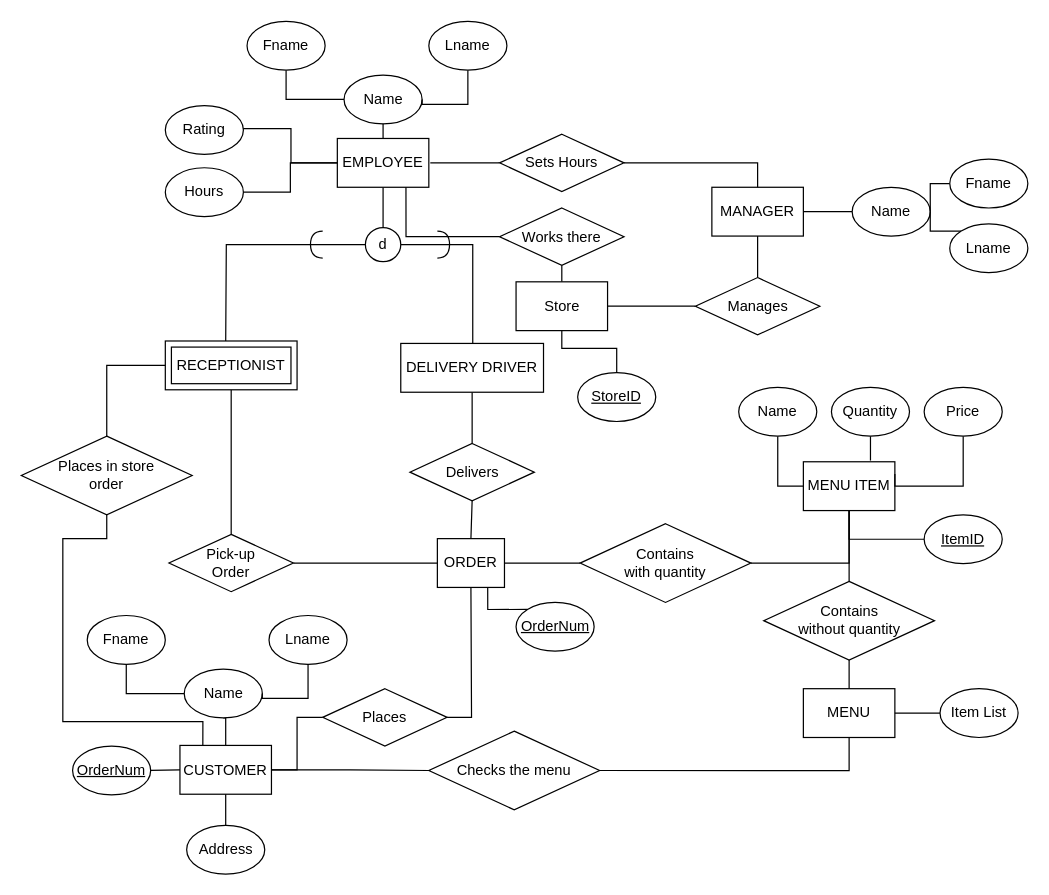
The draw.io diagram Enhanced Entity Relationship Diagram.drawio in hqiao8/Restaurant-Management-System, before the edit. Source tidied: cells renumbered, new cells numbered last; positions are measured from the earlier drawing's top-left corner, leaving out a move shared by most shapes. Both pictures are drawn from the tidied source at 122%, with x=0, y=0 at pixel (21, 21).
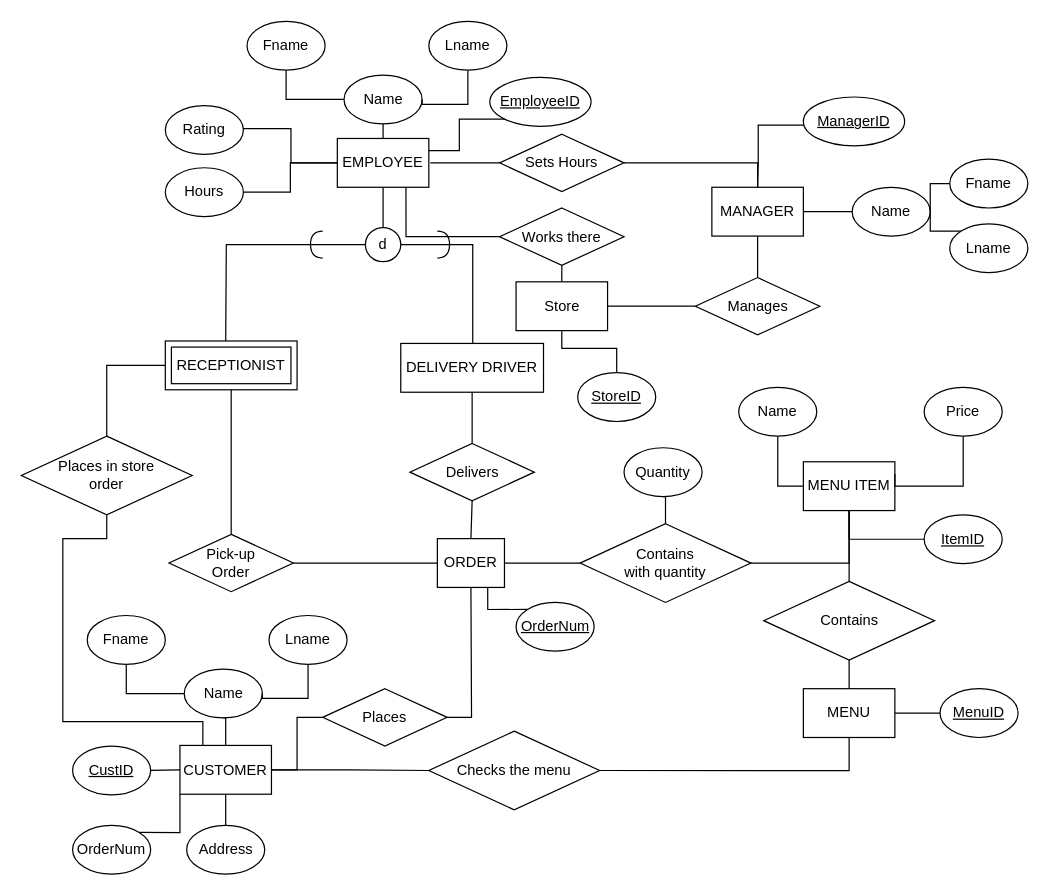
After the change.

Commit message:
Added ID fields to all entities

Unchanged cells that the change refers to:
```xml
<mxCell id="9" value="CUSTOMER" style="whiteSpace=wrap;html=1;align=center;fillColor=default;" parent="1" vertex="1">
  <mxGeometry x="130" y="593.5" width="75" height="40" as="geometry" />
</mxCell>
<mxCell id="11" value="MANAGER" style="whiteSpace=wrap;html=1;align=center;fillColor=default;" parent="1" vertex="1">
  <mxGeometry x="566" y="136" width="75" height="40" as="geometry" />
</mxCell>
<mxCell id="13" value="EMPLOYEE" style="whiteSpace=wrap;html=1;align=center;fillColor=default;" parent="1" vertex="1">
  <mxGeometry x="259" y="96" width="75" height="40" as="geometry" />
</mxCell>
<mxCell id="63" value="Contains&lt;br&gt;with quantity" style="shape=rhombus;perimeter=rhombusPerimeter;whiteSpace=wrap;html=1;align=center;fillColor=default;gradientColor=none;" parent="1" vertex="1">
  <mxGeometry x="458" y="411.8" width="140" height="64.5" as="geometry" />
</mxCell>
```

What changed in the source:
```diff
@@
-    <mxCell id="24" style="edgeStyle=orthogonalEdgeStyle;rounded=0;jettySize=auto;html=1;endArrow=none;endFill=0;" parent="1" edge="1" source="25">
-      <mxGeometry relative="1" as="geometry">
-        <mxPoint x="696" y="360" as="targetPoint" />
-      </mxGeometry>
-    </mxCell>
+    <mxCell id="87" style="edgeStyle=orthogonalEdgeStyle;rounded=0;jettySize=auto;html=1;exitX=0.5;exitY=1;exitDx=0;exitDy=0;entryX=0.5;entryY=0;entryDx=0;entryDy=0;endArrow=none;endFill=0;" parent="1" edge="1" source="25" target="63">
+      <mxGeometry relative="1" as="geometry" />
+    </mxCell>
     <mxCell id="25" value="Quantity" style="ellipse;whiteSpace=wrap;html=1;align=center;fillColor=default;gradientColor=none;" parent="1" vertex="1">
-      <mxGeometry x="664" y="300" width="64" height="40" as="geometry" />
+      <mxGeometry x="494" y="349.5" width="64" height="40" as="geometry" />
     </mxCell>
@@
-    <mxCell id="54" value="&lt;u&gt;OrderNum&lt;/u&gt;" style="ellipse;whiteSpace=wrap;html=1;align=center;fillColor=default;gradientColor=none;" parent="1" vertex="1">
+    <mxCell id="54" value="&lt;u&gt;CustID&lt;/u&gt;" style="ellipse;whiteSpace=wrap;html=1;align=center;fillColor=default;gradientColor=none;" parent="1" vertex="1">
       <mxGeometry x="42" y="594" width="64" height="40" as="geometry" />
     </mxCell>
@@
-    <mxCell id="70" value="Contains&lt;br&gt;without quantity" style="shape=rhombus;perimeter=rhombusPerimeter;whiteSpace=wrap;html=1;align=center;fillColor=default;gradientColor=none;" parent="1" vertex="1">
+    <mxCell id="70" value="Contains" style="shape=rhombus;perimeter=rhombusPerimeter;whiteSpace=wrap;html=1;align=center;fillColor=default;gradientColor=none;" parent="1" vertex="1">
       <mxGeometry x="608.5" y="459" width="140" height="64.5" as="geometry" />
     </mxCell>
@@
-    <mxCell id="86" value="Item List" style="ellipse;whiteSpace=wrap;html=1;align=center;fillColor=default;gradientColor=none;" parent="1" vertex="1">
+    <mxCell id="86" value="&lt;u&gt;MenuID&lt;/u&gt;" style="ellipse;whiteSpace=wrap;html=1;align=center;fillColor=default;gradientColor=none;" parent="1" vertex="1">
       <mxGeometry x="753" y="547" width="64" height="40" as="geometry" />
     </mxCell>
+    <mxCell id="88" style="edgeStyle=orthogonalEdgeStyle;rounded=0;jettySize=auto;html=1;exitX=0;exitY=1;exitDx=0;exitDy=0;entryX=0.5;entryY=0;entryDx=0;entryDy=0;endArrow=none;endFill=0;" parent="1" edge="1" source="89" target="11">
+      <mxGeometry relative="1" as="geometry">
+        <Array as="points">
+          <mxPoint x="653" y="85" />
+          <mxPoint x="604" y="85" />
+          <mxPoint x="604" y="116" />
+        </Array>
+      </mxGeometry>
+    </mxCell>
+    <mxCell id="89" value="&lt;u&gt;ManagerID&lt;/u&gt;" style="ellipse;whiteSpace=wrap;html=1;align=center;fillColor=default;gradientColor=none;" parent="1" vertex="1">
+      <mxGeometry x="641" y="62" width="83" height="40" as="geometry" />
+    </mxCell>
+    <mxCell id="90" style="edgeStyle=orthogonalEdgeStyle;rounded=0;jettySize=auto;html=1;exitX=0;exitY=1;exitDx=0;exitDy=0;entryX=1;entryY=0.25;entryDx=0;entryDy=0;endArrow=none;endFill=0;" parent="1" edge="1" source="91" target="13">
+      <mxGeometry relative="1" as="geometry" />
+    </mxCell>
+    <mxCell id="91" value="&lt;u&gt;EmployeeID&lt;/u&gt;" style="ellipse;whiteSpace=wrap;html=1;align=center;fillColor=default;gradientColor=none;" parent="1" vertex="1">
+      <mxGeometry x="384" y="46" width="83" height="40" as="geometry" />
+    </mxCell>
+    <mxCell id="92" style="edgeStyle=orthogonalEdgeStyle;rounded=0;jettySize=auto;html=1;exitX=1;exitY=0;exitDx=0;exitDy=0;entryX=0;entryY=1;entryDx=0;entryDy=0;endArrow=none;endFill=0;" parent="1" edge="1" source="93" target="9">
+      <mxGeometry relative="1" as="geometry" />
+    </mxCell>
+    <mxCell id="93" value="OrderNum" style="ellipse;whiteSpace=wrap;html=1;align=center;fillColor=default;gradientColor=none;" parent="1" vertex="1">
+      <mxGeometry x="42" y="659" width="64" height="40" as="geometry" />
+    </mxCell>
```
